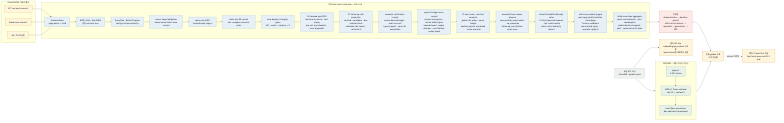
Earlier version of the Mermaid export fivecircles/architecture/specs/evidence-harness-progress-current-flow.png (KongSeok/sprint-public-procurement-rag-assistant). Its source is kept beside it as fivecircles/architecture/specs/evidence-harness-progress-current-flow.mmd.
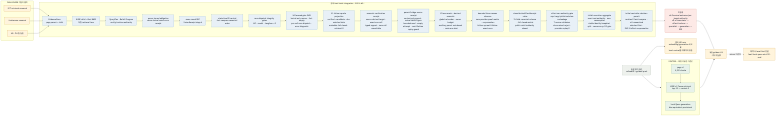
After the change.

What changed in the source:
```diff
@@ -16,7 +16,7 @@
     R3["HB · DH 팀 실험"]
   end
 
-  subgraph BUILD["현재 feat/total-integration · EH2.6.d1"]
+  subgraph BUILD["현재 feat/total-integration · EH2.6.d2.i"]
     C1["EvidenceStore<br/>page parent + child"]
     C2["KURE child + Kiwi BM25<br/>독립 retrieval lane"]
     C3["QueryPlan · Belief/Progress<br/>config/runtime authority"]
@@ -33,10 +33,11 @@
     C14["closed ActionEffectReceipt value<br/>19-field canonical schema · full closed matrix<br/>public mint/authority absent"]
     C15["effect non-authority gate<br/>repr/copy/pickle/subclass nonleakage<br/>7 source validators clone·mixed reject · provider replay 0"]
     C16["initial execution aggregate<br/>exact root authority · zero consumption<br/>stable identity/snapshot split · concurrency/GC gate"]
-    C1 --> C2 --> C3 --> C4 --> C5 --> C6 --> C7 --> C8 --> C9 --> C10 --> C11 --> C12 --> C13 --> C14 --> C15 --> C16
+    C17["initial controller decision permit<br/>revision 0 fact/compare · all-unsearched<br/>selected-first · EH2.5/effect nonpromotion"]
+    C1 --> C2 --> C3 --> C4 --> C5 --> C6 --> C7 --> C8 --> C9 --> C10 --> C11 --> C12 --> C13 --> C14 --> C15 --> C16 --> C17
   end
 
-  GAP["미완성<br/>allowed action → decision permit<br/>effect mint/reducer → specialist → generation → E2E"]
+  GAP["미완성<br/>c4.0 source/outcome/per-target authority<br/>d2.x cross-state → effect/reducer → specialist → generation → E2E"]
   SELECT["동일 golden A/B<br/>아직 미실행"]
   LOCAL["채택 시 local-first 전달<br/>feat/local-qwen-mini131-eval"]
 
@@ -45,7 +46,7 @@
   R1 --> C1
   R2 --> C1
   R3 --> C1
-  C16 --> GAP --> SELECT
+  C17 --> GAP --> SELECT
   CONTROL --> SELECT
   SELECT -. "winner 미선정" .-> LOCAL
 
@@ -55,7 +56,7 @@
   classDef red fill:#fde9e6,stroke:#d98e84,color:#1f2933,stroke-width:1.5px
   classDef gray fill:#eef1ed,stroke:#aab5ad,color:#1f2933,stroke-width:1.5px
   class B1,B2,B3 green
-  class C1,C2,C3,C4,C5,C6,C7,C8,C9,C10,C11,C12,C13,C14,C15,C16 blue
+  class C1,C2,C3,C4,C5,C6,C7,C8,C9,C10,C11,C12,C13,C14,C15,C16,C17 blue
   class GOLD gray
   class R1,R2,R3,API amber
   class GAP red
```
